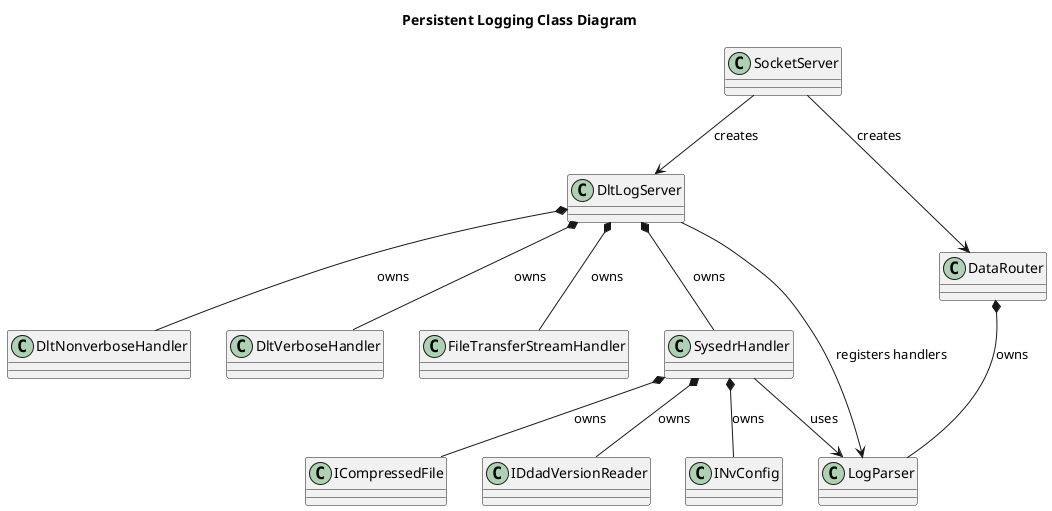
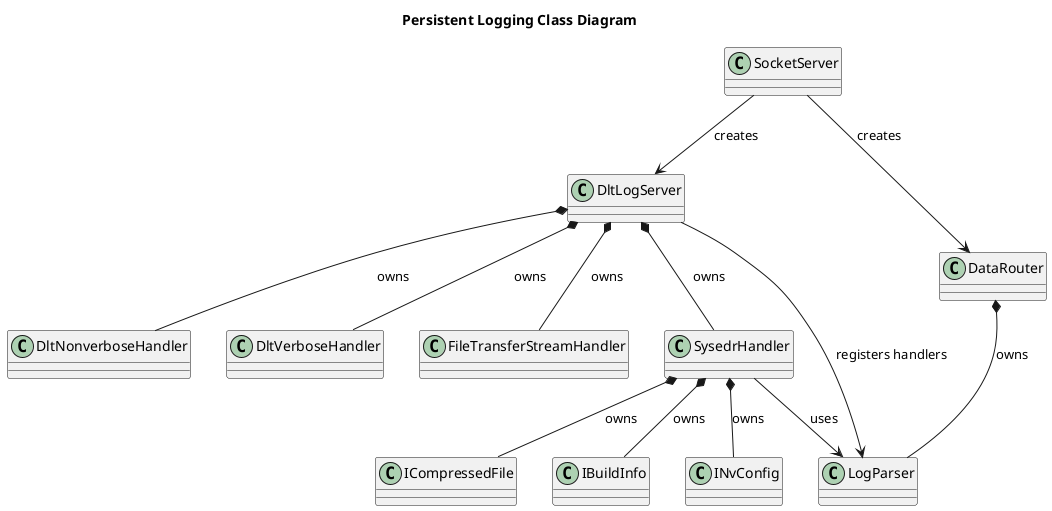
@startuml persistent_logging_class
title Persistent Logging Class Diagram

SocketServer --> DltLogServer : creates
SocketServer --> DataRouter : creates
DataRouter *-- LogParser : owns
DltLogServer *-- DltNonverboseHandler : owns
DltLogServer *-- DltVerboseHandler : owns
DltLogServer *-- FileTransferStreamHandler : owns
DltLogServer *-- SysedrHandler : owns
DltLogServer --> LogParser : registers handlers
SysedrHandler --> LogParser : uses
SysedrHandler *-- ICompressedFile : owns
- SysedrHandler *-- IDdadVersionReader : owns
+ SysedrHandler *-- IBuildInfo : owns
SysedrHandler *-- INvConfig : owns

@enduml
